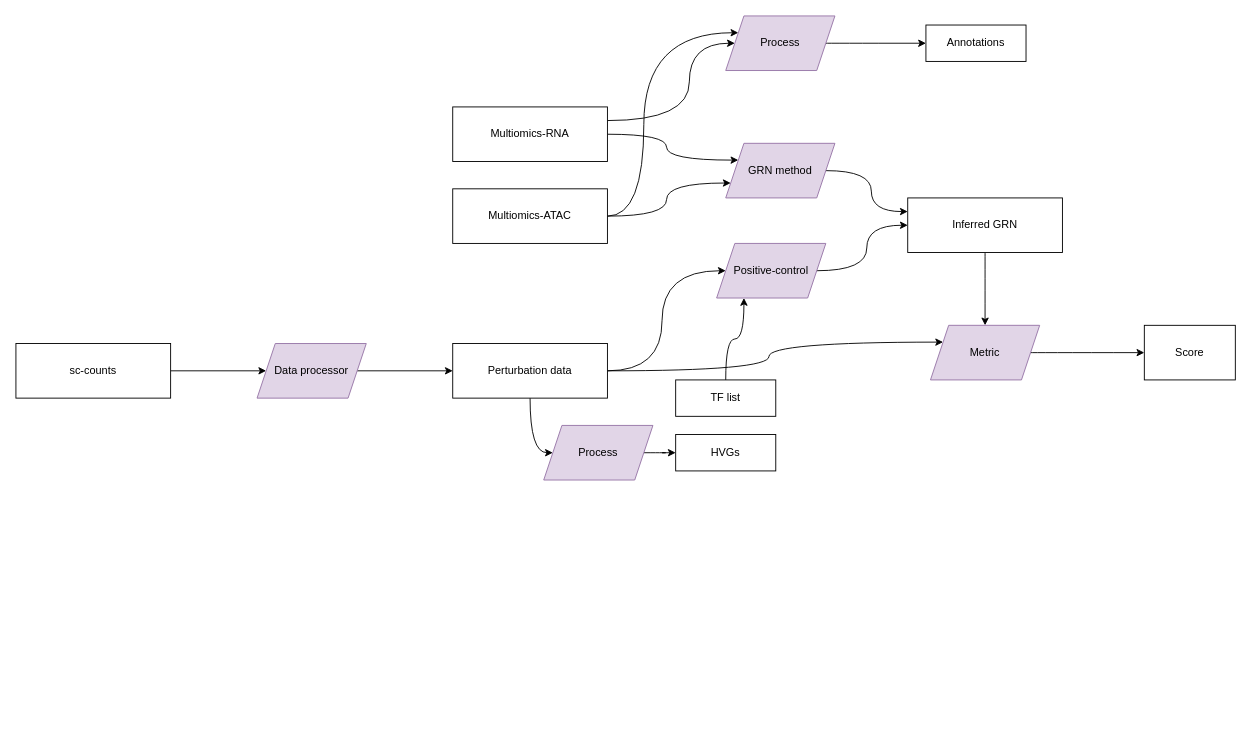
Before: workflow.drawio in openproblems-bio/task_grn_inference, a draw.io diagram. Source tidied: cells renumbered, new cells numbered last; positions are measured from the earlier drawing's top-left corner, leaving out a move shared by most shapes. Both pictures are drawn from the tidied source at 91%, with x=0, y=0 at pixel (15, 15).
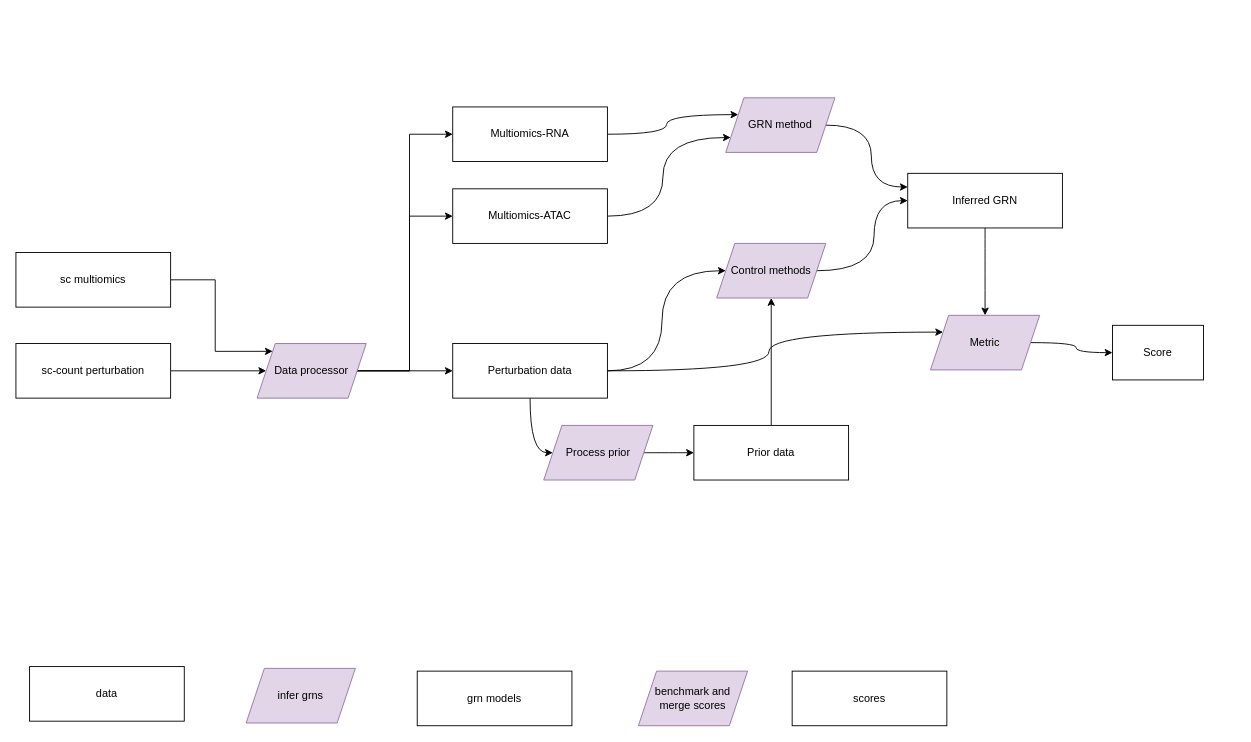
Above is the later version.

Unchanged cells that the change refers to:
```xml
<mxCell id="4" value="Multiomics-RNA" style="rounded=0;whiteSpace=wrap;html=1;" parent="1" vertex="1">
  <mxGeometry x="480" y="100" width="170" height="60" as="geometry" />
</mxCell>
<mxCell id="7" value="Multiomics-ATAC" style="rounded=0;whiteSpace=wrap;html=1;" parent="1" vertex="1">
  <mxGeometry x="480" y="190" width="170" height="60" as="geometry" />
</mxCell>
<mxCell id="15" value="Data processor" style="shape=parallelogram;perimeter=parallelogramPerimeter;whiteSpace=wrap;html=1;fixedSize=1;fillColor=#e1d5e7;strokeColor=#9673a6;" parent="1" vertex="1">
  <mxGeometry x="265" y="360" width="120" height="60" as="geometry" />
</mxCell>
```

Diff of the diagram source:
```diff
@@
-    <mxCell id="3" style="edgeStyle=orthogonalEdgeStyle;curved=1;rounded=0;jettySize=auto;html=1;entryX=0;entryY=0.5;entryDx=0;entryDy=0;exitX=1;exitY=0.25;exitDx=0;exitDy=0;" parent="1" edge="1" source="4" target="29">
-      <mxGeometry relative="1" as="geometry">
-        <Array as="points">
-          <mxPoint x="740" y="115" />
-          <mxPoint x="740" y="30" />
-        </Array>
-      </mxGeometry>
-    </mxCell>
@@
-    <mxCell id="5" style="edgeStyle=orthogonalEdgeStyle;curved=1;rounded=0;jettySize=auto;html=1;entryX=0;entryY=0.75;entryDx=0;entryDy=0;" parent="1" edge="1" source="7" target="17">
-      <mxGeometry relative="1" as="geometry" />
+    <mxCell id="5" style="edgeStyle=orthogonalEdgeStyle;curved=1;rounded=0;jettySize=auto;html=1;entryX=0;entryY=0.75;entryDx=0;entryDy=0;exitX=1;exitY=0.5;exitDx=0;exitDy=0;" parent="1" edge="1" source="7" target="17">
+      <mxGeometry relative="1" as="geometry">
+        <Array as="points">
+          <mxPoint x="711" y="220" />
+          <mxPoint x="711" y="134" />
+        </Array>
+      </mxGeometry>
     </mxCell>
-    <mxCell id="6" style="edgeStyle=orthogonalEdgeStyle;curved=1;rounded=0;jettySize=auto;html=1;entryX=0;entryY=0.25;entryDx=0;entryDy=0;" parent="1" edge="1" source="7" target="29">
-      <mxGeometry relative="1" as="geometry">
-        <Array as="points">
-          <mxPoint x="690" y="220" />
-          <mxPoint x="690" y="18" />
-        </Array>
-      </mxGeometry>
-    </mxCell>
@@
-    <mxCell id="13" value="sc-counts" style="rounded=0;whiteSpace=wrap;html=1;" parent="1" vertex="1">
+    <mxCell id="13" value="sc-count perturbation" style="rounded=0;whiteSpace=wrap;html=1;" parent="1" vertex="1">
       <mxGeometry y="360" width="170" height="60" as="geometry" />
     </mxCell>
@@
+    <mxCell id="33" style="edgeStyle=orthogonalEdgeStyle;rounded=0;jettySize=auto;html=1;entryX=0;entryY=0.5;entryDx=0;entryDy=0;" parent="1" edge="1" source="15" target="7">
+      <mxGeometry relative="1" as="geometry" />
+    </mxCell>
+    <mxCell id="34" style="edgeStyle=orthogonalEdgeStyle;rounded=0;jettySize=auto;html=1;entryX=0;entryY=0.5;entryDx=0;entryDy=0;" parent="1" edge="1" source="15" target="4">
+      <mxGeometry relative="1" as="geometry" />
+    </mxCell>
@@
     <mxCell id="17" value="GRN method" style="shape=parallelogram;perimeter=parallelogramPerimeter;whiteSpace=wrap;html=1;fixedSize=1;fillColor=#e1d5e7;strokeColor=#9673a6;" parent="1" vertex="1">
-      <mxGeometry x="780" y="140" width="120" height="60" as="geometry" />
+      <mxGeometry x="780" y="90" width="120" height="60" as="geometry" />
     </mxCell>
     <mxCell id="18" style="edgeStyle=orthogonalEdgeStyle;curved=1;rounded=0;jettySize=auto;html=1;" parent="1" edge="1" source="19" target="25">
-      <mxGeometry relative="1" as="geometry" />
+      <mxGeometry relative="1" as="geometry">
+        <Array as="points">
+          <mxPoint x="943" y="280" />
+          <mxPoint x="943" y="203" />
+        </Array>
+      </mxGeometry>
     </mxCell>
-    <mxCell id="19" value="Positive-control" style="shape=parallelogram;perimeter=parallelogramPerimeter;whiteSpace=wrap;html=1;fixedSize=1;fillColor=#e1d5e7;strokeColor=#9673a6;" parent="1" vertex="1">
+    <mxCell id="19" value="Control methods" style="shape=parallelogram;perimeter=parallelogramPerimeter;whiteSpace=wrap;html=1;fixedSize=1;fillColor=#e1d5e7;strokeColor=#9673a6;" parent="1" vertex="1">
       <mxGeometry x="770" y="250" width="120" height="60" as="geometry" />
     </mxCell>
-    <mxCell id="20" style="edgeStyle=orthogonalEdgeStyle;curved=1;rounded=0;jettySize=auto;html=1;entryX=0.25;entryY=1;entryDx=0;entryDy=0;" parent="1" edge="1" source="21" target="19">
-      <mxGeometry relative="1" as="geometry" />
-    </mxCell>
-    <mxCell id="21" value="TF list" style="rounded=0;whiteSpace=wrap;html=1;" parent="1" vertex="1">
-      <mxGeometry x="725" y="400" width="110" height="40" as="geometry" />
-    </mxCell>
-    <mxCell id="22" value="HVGs" style="rounded=0;whiteSpace=wrap;html=1;" parent="1" vertex="1">
-      <mxGeometry x="725" y="460" width="110" height="40" as="geometry" />
-    </mxCell>
-    <mxCell id="23" value="Annotations" style="rounded=0;whiteSpace=wrap;html=1;" parent="1" vertex="1">
-      <mxGeometry x="1000" y="10" width="110" height="40" as="geometry" />
-    </mxCell>
@@
     <mxCell id="25" value="Inferred GRN" style="rounded=0;whiteSpace=wrap;html=1;" parent="1" vertex="1">
-      <mxGeometry x="980" y="200" width="170" height="60" as="geometry" />
+      <mxGeometry x="980" y="173" width="170" height="60" as="geometry" />
     </mxCell>
-    <mxCell id="26" style="edgeStyle=orthogonalEdgeStyle;curved=1;rounded=0;jettySize=auto;html=1;" parent="1" edge="1" source="27" target="22">
+    <mxCell id="26" style="edgeStyle=orthogonalEdgeStyle;curved=1;rounded=0;jettySize=auto;html=1;entryX=0;entryY=0.5;entryDx=0;entryDy=0;" parent="1" edge="1" source="27" target="38">
       <mxGeometry relative="1" as="geometry" />
     </mxCell>
-    <mxCell id="27" value="Process" style="shape=parallelogram;perimeter=parallelogramPerimeter;whiteSpace=wrap;html=1;fixedSize=1;fillColor=#e1d5e7;strokeColor=#9673a6;" parent="1" vertex="1">
+    <mxCell id="27" value="Process prior" style="shape=parallelogram;perimeter=parallelogramPerimeter;whiteSpace=wrap;html=1;fixedSize=1;fillColor=#e1d5e7;strokeColor=#9673a6;" parent="1" vertex="1">
       <mxGeometry x="580" y="450" width="120" height="60" as="geometry" />
     </mxCell>
-    <mxCell id="28" style="edgeStyle=orthogonalEdgeStyle;curved=1;rounded=0;jettySize=auto;html=1;entryX=0;entryY=0.5;entryDx=0;entryDy=0;" parent="1" edge="1" source="29" target="23">
-      <mxGeometry relative="1" as="geometry" />
-    </mxCell>
-    <mxCell id="29" value="Process" style="shape=parallelogram;perimeter=parallelogramPerimeter;whiteSpace=wrap;html=1;fixedSize=1;fillColor=#e1d5e7;strokeColor=#9673a6;" parent="1" vertex="1">
-      <mxGeometry x="780" width="120" height="60" as="geometry" />
-    </mxCell>
@@
     <mxCell id="31" value="Metric" style="shape=parallelogram;perimeter=parallelogramPerimeter;whiteSpace=wrap;html=1;fixedSize=1;fillColor=#e1d5e7;strokeColor=#9673a6;" parent="1" vertex="1">
-      <mxGeometry x="1005" y="340" width="120" height="60" as="geometry" />
+      <mxGeometry x="1005" y="329" width="120" height="60" as="geometry" />
     </mxCell>
     <mxCell id="32" value="Score" style="rounded=0;whiteSpace=wrap;html=1;" parent="1" vertex="1">
-      <mxGeometry x="1240" y="340" width="100" height="60" as="geometry" />
+      <mxGeometry x="1205" y="340" width="100" height="60" as="geometry" />
     </mxCell>
+    <mxCell id="35" style="edgeStyle=orthogonalEdgeStyle;rounded=0;jettySize=auto;html=1;entryX=0;entryY=0;entryDx=0;entryDy=0;" parent="1" edge="1" source="36" target="15">
+      <mxGeometry relative="1" as="geometry">
+        <Array as="points">
+          <mxPoint x="219" y="290" />
+          <mxPoint x="219" y="369" />
+        </Array>
+      </mxGeometry>
+    </mxCell>
+    <mxCell id="36" value="sc multiomics" style="rounded=0;whiteSpace=wrap;html=1;" parent="1" vertex="1">
+      <mxGeometry y="260" width="170" height="60" as="geometry" />
+    </mxCell>
+    <mxCell id="37" style="edgeStyle=orthogonalEdgeStyle;rounded=0;jettySize=auto;html=1;entryX=0.5;entryY=1;entryDx=0;entryDy=0;" parent="1" edge="1" source="38" target="19">
+      <mxGeometry relative="1" as="geometry" />
+    </mxCell>
+    <mxCell id="38" value="Prior data" style="rounded=0;whiteSpace=wrap;html=1;" parent="1" vertex="1">
+      <mxGeometry x="745" y="450" width="170" height="60" as="geometry" />
+    </mxCell>
+    <mxCell id="39" value="data" style="rounded=0;whiteSpace=wrap;html=1;" parent="1" vertex="1">
+      <mxGeometry x="15" y="715" width="170" height="60" as="geometry" />
+    </mxCell>
+    <mxCell id="40" value="infer grns" style="shape=parallelogram;perimeter=parallelogramPerimeter;whiteSpace=wrap;html=1;fixedSize=1;fillColor=#e1d5e7;strokeColor=#9673a6;" parent="1" vertex="1">
+      <mxGeometry x="253" y="717" width="120" height="60" as="geometry" />
+    </mxCell>
+    <mxCell id="41" value="grn models" style="rounded=0;whiteSpace=wrap;html=1;" parent="1" vertex="1">
+      <mxGeometry x="441" y="720" width="170" height="60" as="geometry" />
+    </mxCell>
+    <mxCell id="42" value="benchmark and merge scores" style="shape=parallelogram;perimeter=parallelogramPerimeter;whiteSpace=wrap;html=1;fixedSize=1;fillColor=#e1d5e7;strokeColor=#9673a6;" parent="1" vertex="1">
+      <mxGeometry x="684" y="720" width="120" height="60" as="geometry" />
+    </mxCell>
+    <mxCell id="43" value="scores" style="rounded=0;whiteSpace=wrap;html=1;" parent="1" vertex="1">
+      <mxGeometry x="853" y="720" width="170" height="60" as="geometry" />
+    </mxCell>
```
